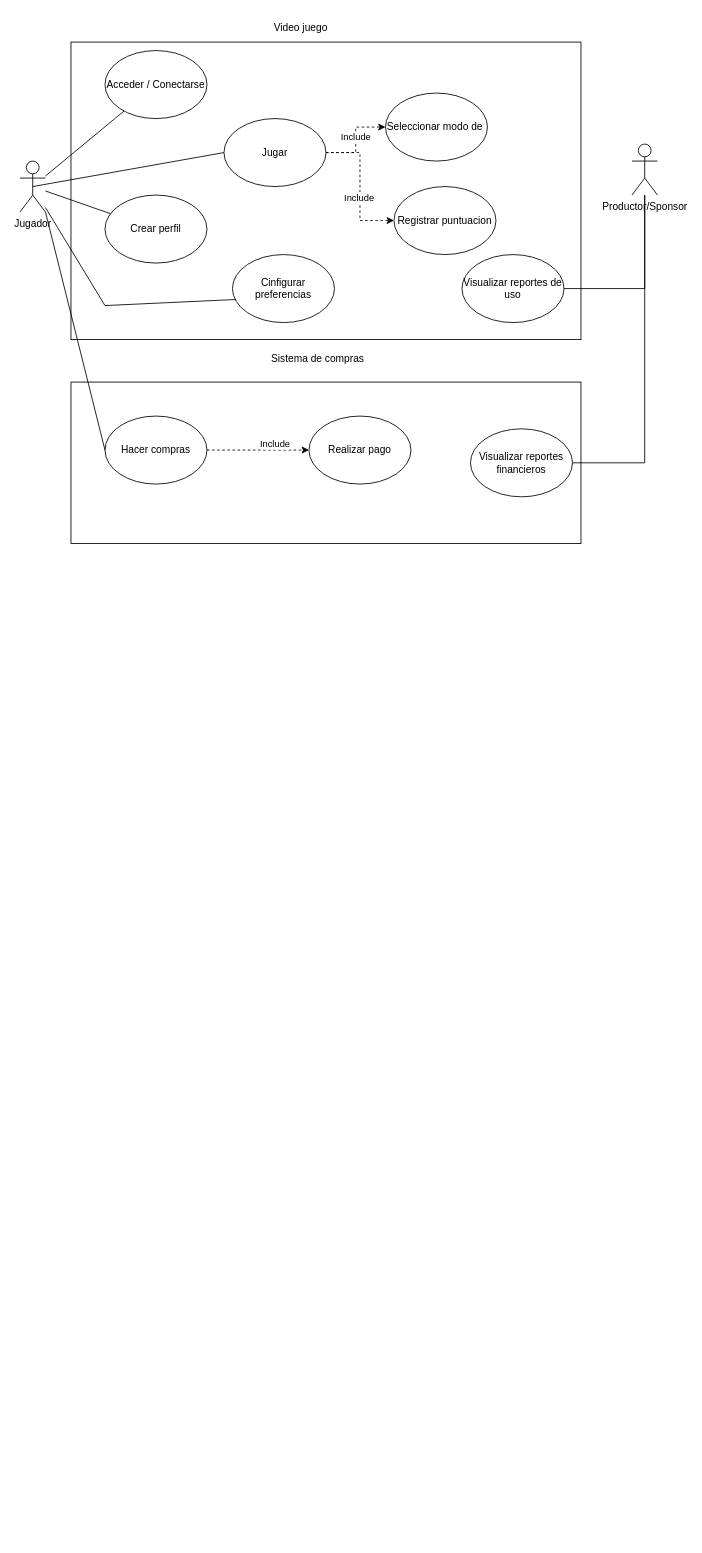
The draw.io diagram Videojuegos.drawio in Mundrack/Diagramas-DrawIO, before the edit. Source tidied: cells renumbered, new cells numbered last; positions are measured from the earlier drawing's top-left corner, leaving out a move shared by most shapes. Both pictures are drawn from the tidied source at 85%, with x=0, y=0 at pixel (20, 14).
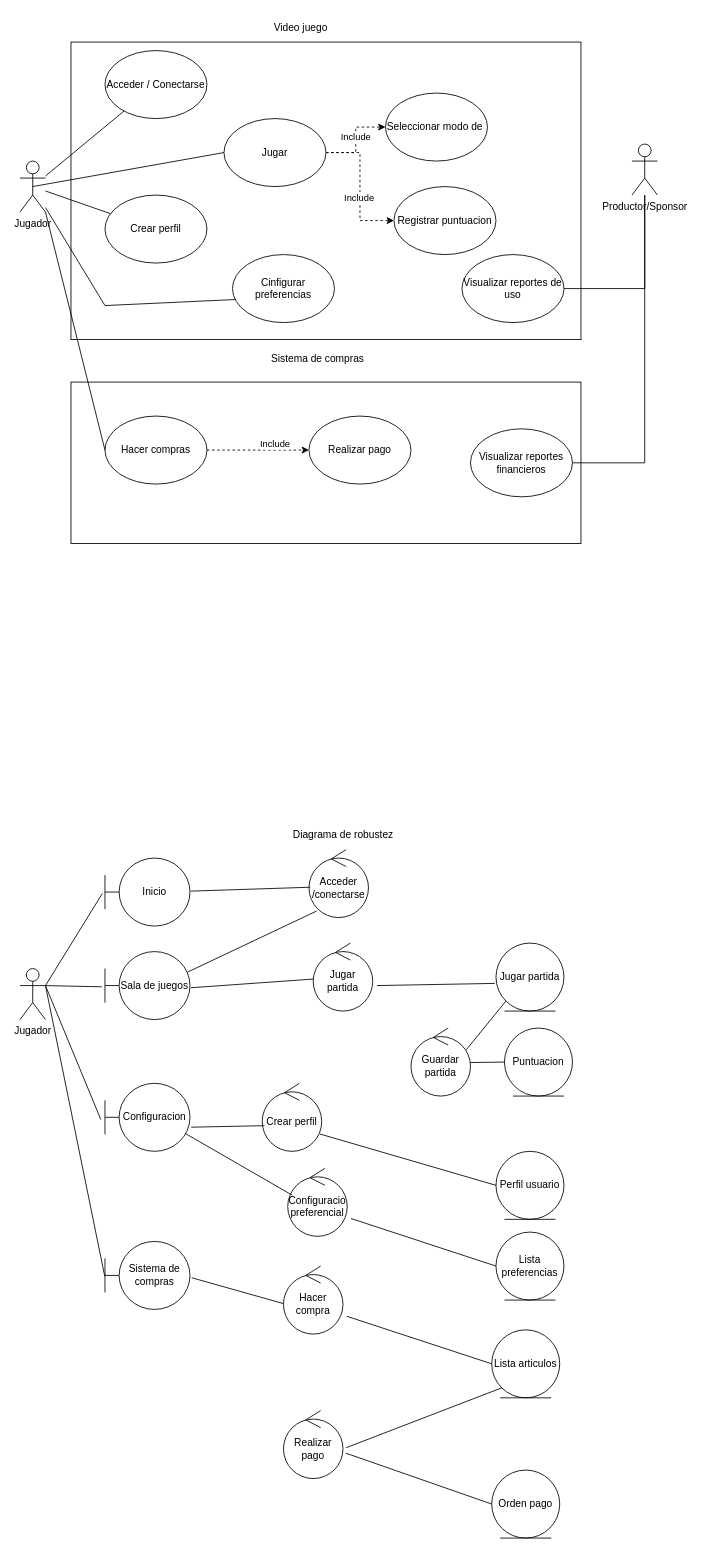
The same page after the edit.

Change to the diagram source:
```diff
@@
+    <mxCell id="31" value="Jugador&lt;div&gt;&lt;br&gt;&lt;/div&gt;" style="shape=umlActor;verticalLabelPosition=bottom;verticalAlign=top;html=1;outlineConnect=0;" parent="1" vertex="1">
+      <mxGeometry y="1122" width="30" height="60" as="geometry" />
+    </mxCell>
+    <mxCell id="32" value="Inicio" style="shape=umlBoundary;whiteSpace=wrap;html=1;" parent="1" vertex="1">
+      <mxGeometry x="100" y="992" width="100" height="80" as="geometry" />
+    </mxCell>
+    <mxCell id="33" value="Jugar partida" style="ellipse;shape=umlEntity;whiteSpace=wrap;html=1;" parent="1" vertex="1">
+      <mxGeometry x="560" y="1092" width="80" height="80" as="geometry" />
+    </mxCell>
+    <mxCell id="34" value="Acceder&lt;div&gt;/conectarse&lt;/div&gt;" style="ellipse;shape=umlControl;whiteSpace=wrap;html=1;" parent="1" vertex="1">
+      <mxGeometry x="340" y="982" width="70" height="80" as="geometry" />
+    </mxCell>
+    <mxCell id="35" value="Diagrama de robustez" style="text;html=1;align=center;verticalAlign=middle;strokeColor=none;fillColor=none;" parent="1" vertex="1">
+      <mxGeometry x="310" y="950" width="140" height="30" as="geometry" />
+    </mxCell>
+    <mxCell id="36" value="Sala de juegos" style="shape=umlBoundary;whiteSpace=wrap;html=1;" parent="1" vertex="1">
+      <mxGeometry x="100" y="1102" width="100" height="80" as="geometry" />
+    </mxCell>
+    <mxCell id="37" value="Configuracion" style="shape=umlBoundary;whiteSpace=wrap;html=1;" parent="1" vertex="1">
+      <mxGeometry x="100" y="1257" width="100" height="80" as="geometry" />
+    </mxCell>
+    <mxCell id="38" value="Sistema de compras" style="shape=umlBoundary;whiteSpace=wrap;html=1;" parent="1" vertex="1">
+      <mxGeometry x="100" y="1443" width="100" height="80" as="geometry" />
+    </mxCell>
+    <mxCell id="39" value="Jugar partida" style="ellipse;shape=umlControl;whiteSpace=wrap;html=1;" parent="1" vertex="1">
+      <mxGeometry x="345" y="1092" width="70" height="80" as="geometry" />
+    </mxCell>
+    <mxCell id="40" value="Guardar partida" style="ellipse;shape=umlControl;whiteSpace=wrap;html=1;" parent="1" vertex="1">
+      <mxGeometry x="460" y="1192" width="70" height="80" as="geometry" />
+    </mxCell>
+    <mxCell id="41" style="endArrow=none;html=1;rounded=0;entryX=-0.031;entryY=0.521;entryDx=0;entryDy=0;entryPerimeter=0;" parent="1" edge="1" target="32">
+      <mxGeometry relative="1" as="geometry">
+        <mxPoint x="30" y="1142" as="sourcePoint" />
+      </mxGeometry>
+    </mxCell>
+    <mxCell id="42" style="endArrow=none;html=1;rounded=0;entryX=-0.037;entryY=0.518;entryDx=0;entryDy=0;entryPerimeter=0;exitX=1;exitY=0.3333333333333333;exitDx=0;exitDy=0;exitPerimeter=0;" parent="1" edge="1" source="31" target="36">
+      <mxGeometry relative="1" as="geometry" />
+    </mxCell>
+    <mxCell id="43" style="endArrow=none;html=1;rounded=0;entryX=-0.049;entryY=0.532;entryDx=0;entryDy=0;entryPerimeter=0;exitX=1;exitY=0.3333333333333333;exitDx=0;exitDy=0;exitPerimeter=0;" parent="1" edge="1" source="31" target="37">
+      <mxGeometry relative="1" as="geometry" />
+    </mxCell>
+    <mxCell id="44" style="endArrow=none;html=1;rounded=0;entryX=-0.003;entryY=0.511;entryDx=0;entryDy=0;entryPerimeter=0;exitX=1;exitY=0.3333333333333333;exitDx=0;exitDy=0;exitPerimeter=0;" parent="1" edge="1" source="31" target="38">
+      <mxGeometry relative="1" as="geometry" />
+    </mxCell>
+    <mxCell id="45" style="endArrow=none;html=1;rounded=0;entryX=0.02;entryY=0.554;entryDx=0;entryDy=0;entryPerimeter=0;exitX=1.009;exitY=0.486;exitDx=0;exitDy=0;exitPerimeter=0;" parent="1" edge="1" source="32" target="34">
+      <mxGeometry relative="1" as="geometry" />
+    </mxCell>
+    <mxCell id="46" style="endArrow=none;html=1;rounded=0;entryX=0.127;entryY=0.904;entryDx=0;entryDy=0;entryPerimeter=0;exitX=0.969;exitY=0.304;exitDx=0;exitDy=0;exitPerimeter=0;" parent="1" edge="1" source="36" target="34">
+      <mxGeometry relative="1" as="geometry" />
+    </mxCell>
+    <mxCell id="47" style="endArrow=none;html=1;rounded=0;exitX=1.009;exitY=0.532;exitDx=0;exitDy=0;exitPerimeter=0;" parent="1" edge="1" source="36" target="39">
+      <mxGeometry relative="1" as="geometry" />
+    </mxCell>
+    <mxCell id="48" style="endArrow=none;html=1;rounded=0;exitX=1.071;exitY=0.625;exitDx=0;exitDy=0;exitPerimeter=0;entryX=-0.018;entryY=0.593;entryDx=0;entryDy=0;entryPerimeter=0;" parent="1" edge="1" source="39" target="33">
+      <mxGeometry relative="1" as="geometry" />
+    </mxCell>
+    <mxCell id="49" style="endArrow=none;html=1;rounded=0;entryX=0;entryY=1;entryDx=0;entryDy=0;exitX=0.927;exitY=0.321;exitDx=0;exitDy=0;exitPerimeter=0;" parent="1" edge="1" source="40" target="33">
+      <mxGeometry relative="1" as="geometry" />
+    </mxCell>
+    <mxCell id="50" value="Puntuacion" style="ellipse;shape=umlEntity;whiteSpace=wrap;html=1;" parent="1" vertex="1">
+      <mxGeometry x="570" y="1192" width="80" height="80" as="geometry" />
+    </mxCell>
+    <mxCell id="51" style="endArrow=none;html=1;rounded=0;entryX=0;entryY=0.5;entryDx=0;entryDy=0;exitX=1;exitY=0.507;exitDx=0;exitDy=0;exitPerimeter=0;" parent="1" edge="1" source="40" target="50">
+      <mxGeometry relative="1" as="geometry" />
+    </mxCell>
+    <mxCell id="52" value="Crear perfil" style="ellipse;shape=umlControl;whiteSpace=wrap;html=1;" parent="1" vertex="1">
+      <mxGeometry x="285" y="1257" width="70" height="80" as="geometry" />
+    </mxCell>
+    <mxCell id="53" value="Configuracio&lt;div&gt;preferencial&lt;/div&gt;" style="ellipse;shape=umlControl;whiteSpace=wrap;html=1;" parent="1" vertex="1">
+      <mxGeometry x="315" y="1357" width="70" height="80" as="geometry" />
+    </mxCell>
+    <mxCell id="54" style="endArrow=none;html=1;rounded=0;entryX=0.039;entryY=0.623;entryDx=0;entryDy=0;entryPerimeter=0;exitX=1.014;exitY=0.645;exitDx=0;exitDy=0;exitPerimeter=0;" parent="1" edge="1" source="37" target="52">
+      <mxGeometry relative="1" as="geometry" />
+    </mxCell>
+    <mxCell id="55" style="endArrow=none;html=1;rounded=0;entryX=0.076;entryY=0.395;entryDx=0;entryDy=0;entryPerimeter=0;exitX=0.946;exitY=0.738;exitDx=0;exitDy=0;exitPerimeter=0;" parent="1" edge="1" source="37" target="53">
+      <mxGeometry relative="1" as="geometry" />
+    </mxCell>
+    <mxCell id="56" value="Lista preferencias" style="ellipse;shape=umlEntity;whiteSpace=wrap;html=1;" parent="1" vertex="1">
+      <mxGeometry x="560" y="1432" width="80" height="80" as="geometry" />
+    </mxCell>
+    <mxCell id="57" value="Perfil usuario" style="ellipse;shape=umlEntity;whiteSpace=wrap;html=1;" parent="1" vertex="1">
+      <mxGeometry x="560" y="1337" width="80" height="80" as="geometry" />
+    </mxCell>
+    <mxCell id="58" style="endArrow=none;html=1;rounded=0;entryX=0;entryY=0.5;entryDx=0;entryDy=0;exitX=0.969;exitY=0.745;exitDx=0;exitDy=0;exitPerimeter=0;" parent="1" edge="1" source="52" target="57">
+      <mxGeometry relative="1" as="geometry" />
+    </mxCell>
+    <mxCell id="59" style="endArrow=none;html=1;rounded=0;entryX=0;entryY=0.5;entryDx=0;entryDy=0;exitX=1.063;exitY=0.738;exitDx=0;exitDy=0;exitPerimeter=0;" parent="1" edge="1" source="53" target="56">
+      <mxGeometry relative="1" as="geometry" />
+    </mxCell>
+    <mxCell id="60" value="Hacer compra" style="ellipse;shape=umlControl;whiteSpace=wrap;html=1;" parent="1" vertex="1">
+      <mxGeometry x="310" y="1472" width="70" height="80" as="geometry" />
+    </mxCell>
+    <mxCell id="61" value="Lista articulos" style="ellipse;shape=umlEntity;whiteSpace=wrap;html=1;" parent="1" vertex="1">
+      <mxGeometry x="555" y="1547" width="80" height="80" as="geometry" />
+    </mxCell>
+    <mxCell id="62" style="endArrow=none;html=1;rounded=0;entryX=0;entryY=0.5;entryDx=0;entryDy=0;exitX=1.063;exitY=0.738;exitDx=0;exitDy=0;exitPerimeter=0;" parent="1" edge="1" source="60" target="61">
+      <mxGeometry relative="1" as="geometry" />
+    </mxCell>
+    <mxCell id="63" value="Realizar pago" style="ellipse;shape=umlControl;whiteSpace=wrap;html=1;" parent="1" vertex="1">
+      <mxGeometry x="310" y="1642" width="70" height="80" as="geometry" />
+    </mxCell>
+    <mxCell id="64" style="endArrow=none;html=1;rounded=0;entryX=0;entryY=1;entryDx=0;entryDy=0;exitX=1.053;exitY=0.546;exitDx=0;exitDy=0;exitPerimeter=0;" parent="1" edge="1" source="63" target="61">
+      <mxGeometry relative="1" as="geometry" />
+    </mxCell>
+    <mxCell id="65" style="endArrow=none;html=1;rounded=0;entryX=-0.008;entryY=0.55;entryDx=0;entryDy=0;exitX=1.02;exitY=0.534;exitDx=0;exitDy=0;exitPerimeter=0;entryPerimeter=0;" parent="1" edge="1" source="38" target="60">
+      <mxGeometry relative="1" as="geometry" />
+    </mxCell>
+    <mxCell id="66" value="Orden pago" style="ellipse;shape=umlEntity;whiteSpace=wrap;html=1;" parent="1" vertex="1">
+      <mxGeometry x="555" y="1712" width="80" height="80" as="geometry" />
+    </mxCell>
+    <mxCell id="67" style="endArrow=none;html=1;rounded=0;entryX=0;entryY=0.5;entryDx=0;entryDy=0;exitX=1.045;exitY=0.625;exitDx=0;exitDy=0;exitPerimeter=0;" parent="1" edge="1" source="63" target="66">
+      <mxGeometry relative="1" as="geometry" />
+    </mxCell>
```
